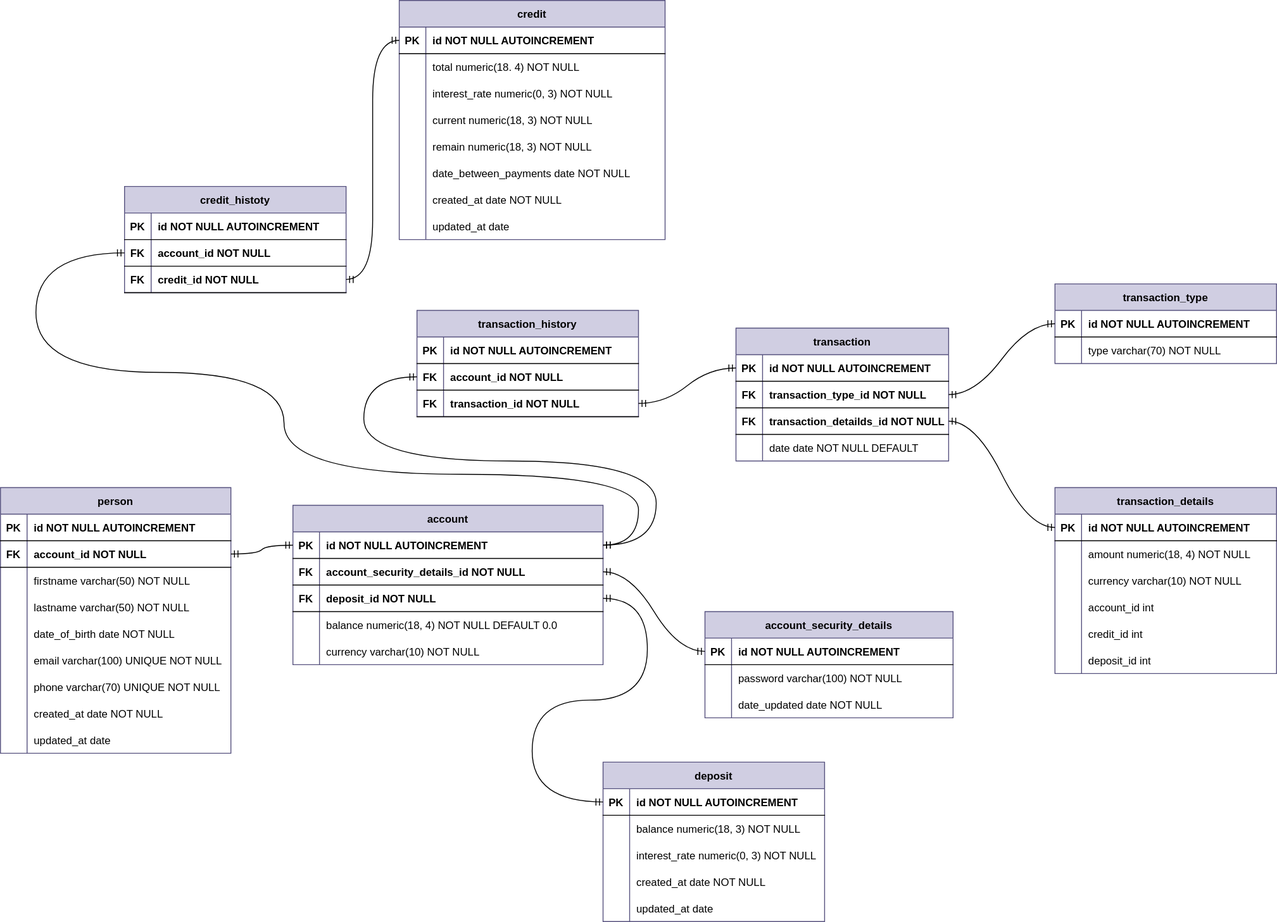
This is egarcourse-homework-week-08/src/main/resources/backend-egarcourse-graduate-database-design.drawio.svg from unvise/egarcourse-homework, a draw.io export, as it was before one commit. Source tidied: cells renumbered, new cells last; positions are measured from the earlier drawing's top-left corner, leaving out a move shared by most shapes.
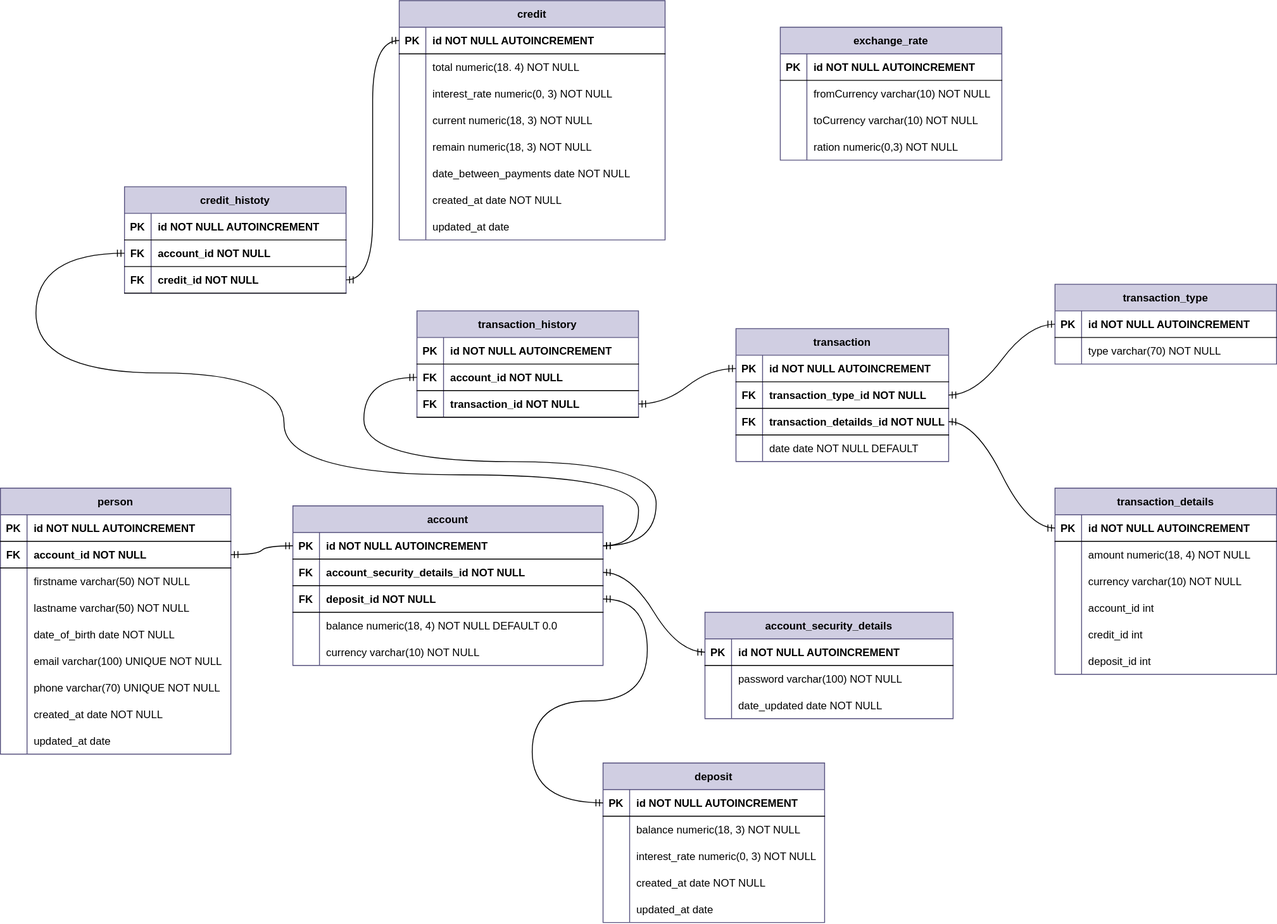
Later version of the same file.

Commit message:
Update entity relationship diagram. Add a new table ("exchange_rate").

The edit, as a diff of the source:
```diff
@@ -514,5 +514,44 @@
         </Array>
       </mxGeometry>
     </mxCell>
+    <mxCell id="165" value="exchange_rate" style="shape=table;startSize=30;rowLines=0;fontStyle=1;align=center;fillColor=#d0cee2;strokeColor=#56517e;" parent="1" vertex="1">
+      <mxGeometry x="880" y="30" width="250" height="150" as="geometry" />
+    </mxCell>
+    <mxCell id="166" style="shape=partialRectangle;fillColor=none;top=0;left=0;right=0;bottom=1;" parent="165" vertex="1">
+      <mxGeometry y="30" width="250" height="30" as="geometry" />
+    </mxCell>
+    <mxCell id="167" value="PK" style="shape=partialRectangle;overflow=hidden;fillColor=none;top=0;left=0;bottom=0;right=0;fontStyle=1;" parent="166" vertex="1">
+      <mxGeometry width="30" height="30" as="geometry" />
+    </mxCell>
+    <mxCell id="168" value="id NOT NULL AUTOINCREMENT" style="shape=partialRectangle;overflow=hidden;fillColor=none;top=0;left=0;bottom=0;right=0;align=left;spacingLeft=6;fontStyle=1;" parent="166" vertex="1">
+      <mxGeometry x="30" width="220" height="30" as="geometry" />
+    </mxCell>
+    <mxCell id="169" style="shape=partialRectangle;fillColor=none;top=0;left=0;right=0;bottom=0;" parent="165" vertex="1">
+      <mxGeometry y="60" width="250" height="30" as="geometry" />
+    </mxCell>
+    <mxCell id="170" style="shape=partialRectangle;overflow=hidden;fillColor=none;top=0;left=0;bottom=0;right=0;" parent="169" vertex="1">
+      <mxGeometry width="30" height="30" as="geometry" />
+    </mxCell>
+    <mxCell id="171" value="fromCurrency varchar(10) NOT NULL" style="shape=partialRectangle;overflow=hidden;fillColor=none;top=0;left=0;bottom=0;right=0;align=left;spacingLeft=6;" parent="169" vertex="1">
+      <mxGeometry x="30" width="220" height="30" as="geometry" />
+    </mxCell>
+    <mxCell id="172" style="shape=partialRectangle;fillColor=none;top=0;left=0;right=0;bottom=0;" parent="165" vertex="1">
+      <mxGeometry y="90" width="250" height="30" as="geometry" />
+    </mxCell>
+    <mxCell id="173" style="shape=partialRectangle;overflow=hidden;fillColor=none;top=0;left=0;bottom=0;right=0;" parent="172" vertex="1">
+      <mxGeometry width="30" height="30" as="geometry" />
+    </mxCell>
+    <mxCell id="174" value="toCurrency varchar(10) NOT NULL" style="shape=partialRectangle;overflow=hidden;fillColor=none;top=0;left=0;bottom=0;right=0;align=left;spacingLeft=6;" parent="172" vertex="1">
+      <mxGeometry x="30" width="220" height="30" as="geometry" />
+    </mxCell>
+    <mxCell id="175" style="shape=partialRectangle;fillColor=none;top=0;left=0;right=0;bottom=0;" parent="165" vertex="1">
+      <mxGeometry y="120" width="250" height="30" as="geometry" />
+    </mxCell>
+    <mxCell id="176" style="shape=partialRectangle;overflow=hidden;fillColor=none;top=0;left=0;bottom=0;right=0;" parent="175" vertex="1">
+      <mxGeometry width="30" height="30" as="geometry" />
+    </mxCell>
+    <mxCell id="177" value="ration numeric(0,3) NOT NULL" style="shape=partialRectangle;overflow=hidden;fillColor=none;top=0;left=0;bottom=0;right=0;align=left;spacingLeft=6;" parent="175" vertex="1">
+      <mxGeometry x="30" width="220" height="30" as="geometry" />
+    </mxCell>
   </root>
 </mxGraphModel>
```
